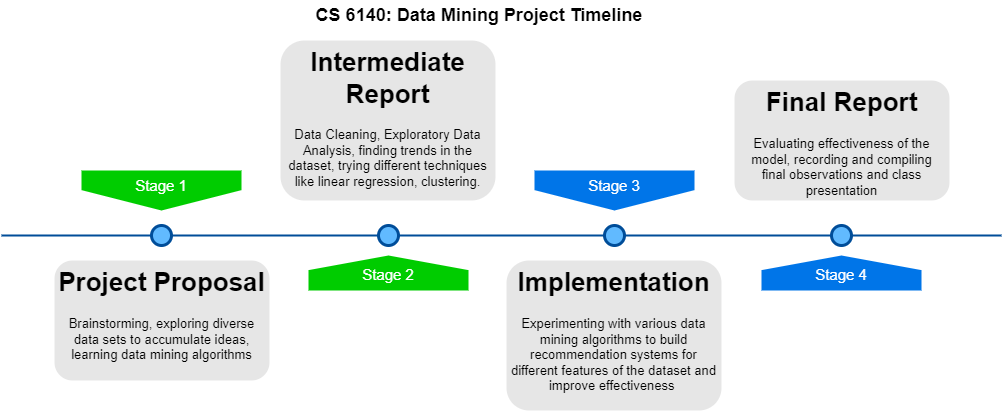
Earlier version of the draw.io export DM.drawio.png (CrypticNumbers8/Event-Role-Classifier). Source tidied: cells renumbered, new cells last; positions are measured from the earlier drawing's top-left corner, leaving out a move shared by most shapes.
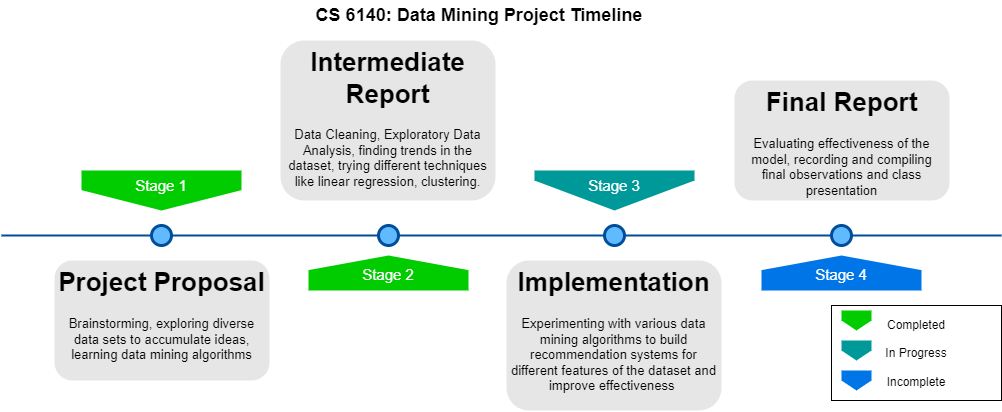
After the change.

Change to the diagram source:
```diff
@@ -8,7 +8,7 @@
     <mxCell id="3" value="Stage 1" style="shape=offPageConnector;whiteSpace=wrap;html=1;fillColor=#00CC00;fontSize=15;fontColor=#FFFFFF;size=0.5093750000000015;verticalAlign=top;strokeColor=none;" parent="1" vertex="1">
       <mxGeometry x="80" y="170" width="160" height="40" as="geometry" />
     </mxCell>
-    <mxCell id="4" value="&lt;span&gt;Stage 3&lt;/span&gt;" style="shape=offPageConnector;whiteSpace=wrap;html=1;fillColor=#0075E8;fontSize=15;fontColor=#FFFFFF;size=0.5093750000000015;verticalAlign=top;strokeColor=none;" parent="1" vertex="1">
+    <mxCell id="4" value="&lt;span&gt;Stage 3&lt;/span&gt;" style="shape=offPageConnector;whiteSpace=wrap;html=1;fillColor=#009999;fontSize=15;fontColor=#FFFFFF;size=0.75;verticalAlign=top;strokeColor=none;" parent="1" vertex="1">
       <mxGeometry x="533" y="170" width="160" height="40" as="geometry" />
     </mxCell>
     <mxCell id="5" value="&lt;span&gt;Stage 2&lt;/span&gt;" style="shape=offPageConnector;whiteSpace=wrap;html=1;fillColor=#00CC00;fontSize=15;fontColor=#FFFFFF;size=0.4178571428571445;flipV=1;verticalAlign=bottom;strokeColor=none;spacingBottom=4;" parent="1" vertex="1">
@@ -44,5 +44,17 @@
     <mxCell id="15" value="&lt;b&gt;&lt;font style=&quot;font-size: 18px&quot;&gt;CS 6140: Data Mining Project Timeline&lt;/font&gt;&lt;/b&gt;" style="text;html=1;strokeColor=none;fillColor=none;align=center;verticalAlign=middle;whiteSpace=wrap;rounded=0;" parent="1" vertex="1">
       <mxGeometry x="268" width="420" height="30" as="geometry" />
     </mxCell>
+    <mxCell id="16" value="Completed&lt;br&gt;&lt;br&gt;In Progress&lt;br&gt;&lt;br&gt;Incomplete&lt;br&gt;" style="rounded=0;whiteSpace=wrap;html=1;fillColor=#FFFFFF;" parent="1" vertex="1">
+      <mxGeometry x="830" y="305" width="170" height="95" as="geometry" />
+    </mxCell>
+    <mxCell id="17" style="shape=offPageConnector;whiteSpace=wrap;html=1;fillColor=#0075E8;fontSize=15;fontColor=#FFFFFF;size=0.5;verticalAlign=top;strokeColor=none;" parent="1" vertex="1">
+      <mxGeometry x="840" y="370" width="30" height="20" as="geometry" />
+    </mxCell>
+    <mxCell id="18" style="shape=offPageConnector;whiteSpace=wrap;html=1;fillColor=#009999;fontSize=15;fontColor=#FFFFFF;size=0.5;verticalAlign=top;strokeColor=none;" parent="1" vertex="1">
+      <mxGeometry x="840" y="340" width="30" height="20" as="geometry" />
+    </mxCell>
+    <mxCell id="19" style="shape=offPageConnector;whiteSpace=wrap;html=1;fillColor=#00CC00;fontSize=15;fontColor=#FFFFFF;size=0.5;verticalAlign=top;strokeColor=none;" parent="1" vertex="1">
+      <mxGeometry x="840" y="310" width="30" height="20" as="geometry" />
+    </mxCell>
   </root>
 </mxGraphModel>
```
